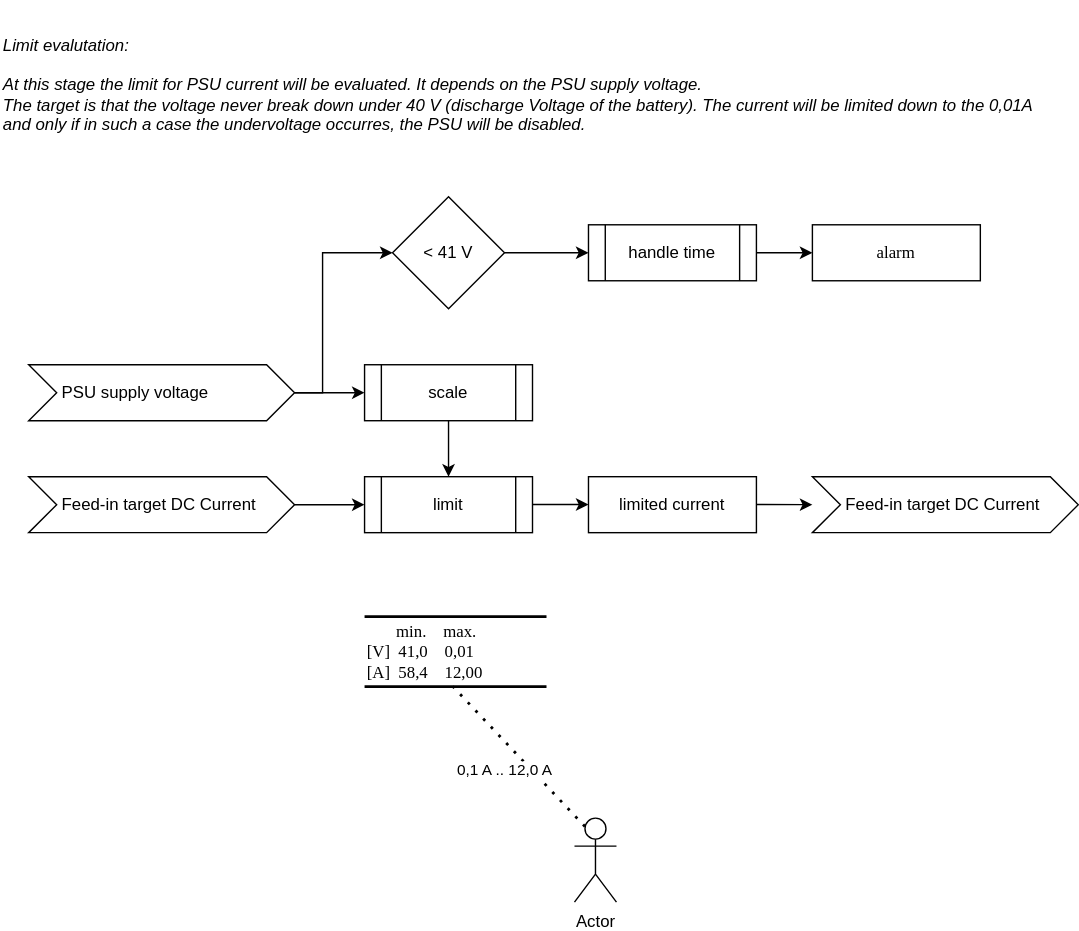
Earlier version of the draw.io export docs/images/battery_guard.drawio.svg (JoTid/PVZero). Source tidied: cells renumbered, new cells last; positions are measured from the earlier drawing's top-left corner, leaving out a move shared by most shapes.
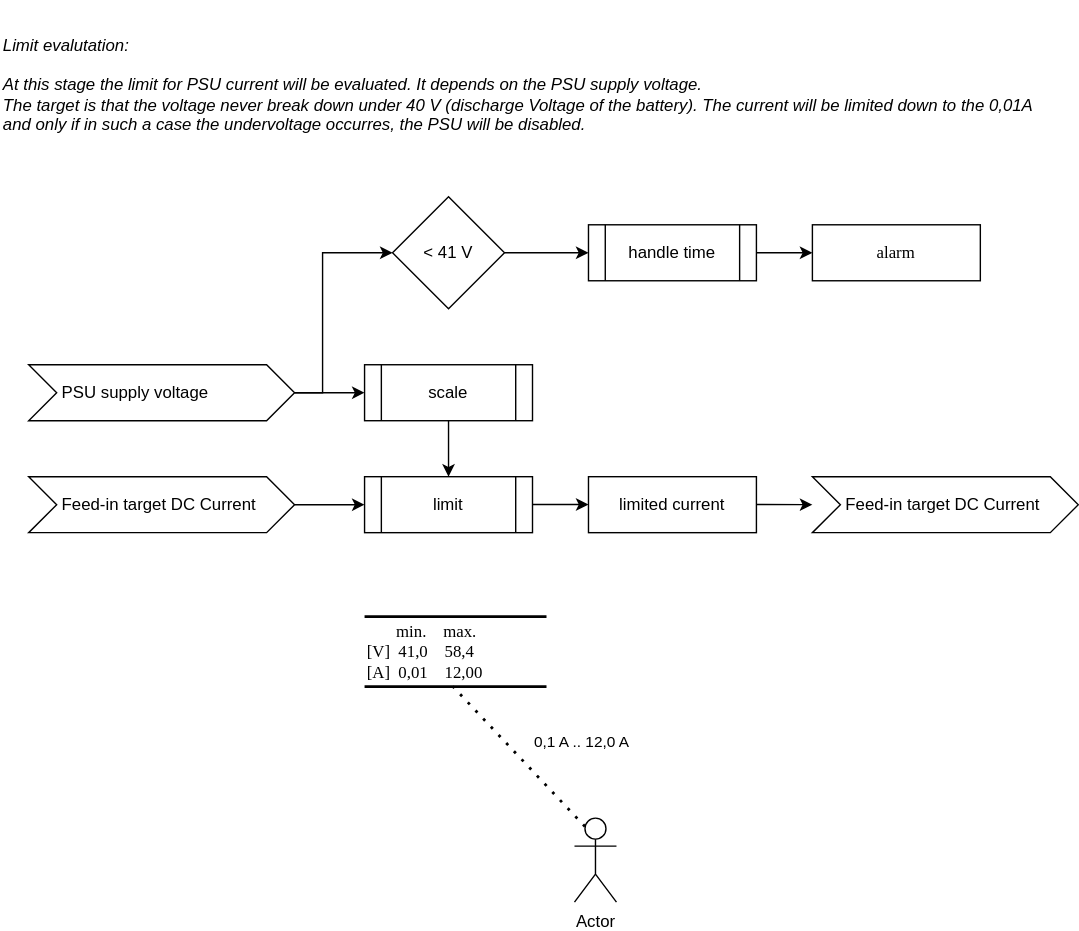
Later version of the same file.

Change to the diagram source:
```diff
@@ -11,7 +11,7 @@
     <mxCell id="4" value="Actor" style="shape=umlActor;verticalLabelPosition=bottom;verticalAlign=top;html=1;outlineConnect=0;" parent="1" vertex="1">
       <mxGeometry x="410" y="584" width="30" height="60" as="geometry" />
     </mxCell>
-    <mxCell id="5" value="&amp;nbsp; &amp;nbsp; &amp;nbsp; &amp;nbsp;min.&amp;nbsp; &amp;nbsp; max.&lt;div&gt;[V]&amp;nbsp; 41,0&amp;nbsp; &amp;nbsp; 0,01&lt;br&gt;[A]&amp;nbsp; 58,4&amp;nbsp; &amp;nbsp; 12,00&lt;/div&gt;" style="html=1;rounded=0;shadow=0;comic=0;labelBackgroundColor=none;strokeWidth=2;fontFamily=Verdana;fontSize=12;align=left;shape=mxgraph.ios7ui.horLines;fillColor=none;" parent="1" vertex="1">
+    <mxCell id="5" value="&amp;nbsp; &amp;nbsp; &amp;nbsp; &amp;nbsp;min.&amp;nbsp; &amp;nbsp; max.&lt;div&gt;[V]&amp;nbsp; 41,0&amp;nbsp; &amp;nbsp; 58,4&lt;br&gt;[A]&amp;nbsp; 0,01&amp;nbsp; &amp;nbsp; 12,00&lt;/div&gt;" style="html=1;rounded=0;shadow=0;comic=0;labelBackgroundColor=none;strokeWidth=2;fontFamily=Verdana;fontSize=12;align=left;shape=mxgraph.ios7ui.horLines;fillColor=none;" parent="1" vertex="1">
       <mxGeometry x="260" y="440" width="130" height="50" as="geometry" />
     </mxCell>
     <mxCell id="6" style="endArrow=none;dashed=1;html=1;dashPattern=1 3;strokeWidth=2;rounded=0;entryX=0.485;entryY=0.997;entryDx=0;entryDy=0;entryPerimeter=0;exitX=0.25;exitY=0.1;exitDx=0;exitDy=0;exitPerimeter=0;" parent="1" edge="1" source="4" target="5">
@@ -27,7 +27,7 @@
       <mxGeometry relative="1" as="geometry" />
     </mxCell>
     <mxCell id="10" value="0,1 A .. 12,0 A" style="edgeLabel;html=1;align=center;verticalAlign=middle;" parent="1" vertex="1">
-      <mxGeometry x="360" y="550" as="geometry" />
+      <mxGeometry x="414" y="530" as="geometry" />
     </mxCell>
     <mxCell id="11" style="endArrow=classic;html=1;rounded=0;entryX=0.5;entryY=0;entryDx=0;entryDy=0;exitX=0.5;exitY=1;exitDx=0;exitDy=0;" parent="1" edge="1" source="7" target="18">
       <mxGeometry relative="1" as="geometry" />
```
